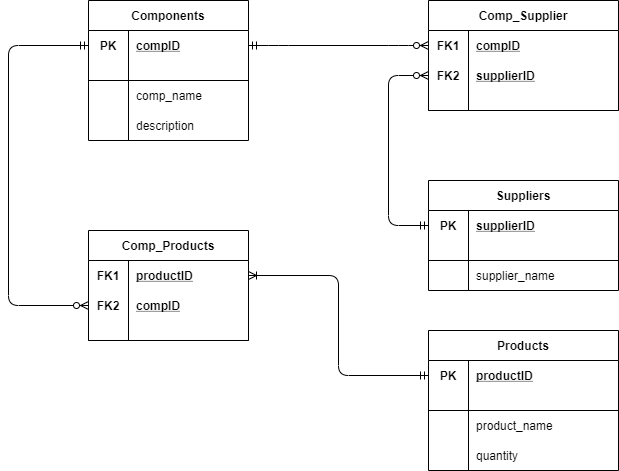
Before: Manifacturer/Manufacturer Data Model.png, a diagram exported from draw.io (fidanfatih/Mid_Scale_Projects). Source tidied: cells renumbered, new cells last; positions are measured from the earlier drawing's top-left corner, leaving out a move shared by most shapes. Its diagram source:
```xml
<mxGraphModel>
  <root>
    <mxCell id="0" />
    <mxCell id="1" parent="0" />
    <mxCell id="2" value="Suppliers" style="shape=table;startSize=30;rowLines=0;fontStyle=1;align=center;" parent="1" vertex="1">
      <mxGeometry x="420" y="180" width="190" height="110" as="geometry" />
    </mxCell>
    <mxCell id="3" style="shape=partialRectangle;fillColor=none;top=0;left=0;bottom=0;right=0;points=[[0,0.5],[1,0.5]];portConstraint=eastwest;" parent="2" vertex="1">
      <mxGeometry y="30" width="190" height="30" as="geometry" />
    </mxCell>
    <mxCell id="4" value="PK" style="shape=partialRectangle;fillColor=none;top=0;left=0;bottom=0;right=0;fontStyle=1;overflow=hidden;" parent="3" vertex="1">
      <mxGeometry width="40" height="30" as="geometry" />
    </mxCell>
    <mxCell id="5" value="supplierID" style="shape=partialRectangle;fillColor=none;top=0;left=0;bottom=0;right=0;align=left;spacingLeft=6;fontStyle=5;overflow=hidden;" parent="3" vertex="1">
      <mxGeometry x="40" width="150" height="30" as="geometry" />
    </mxCell>
    <mxCell id="6" style="shape=partialRectangle;fillColor=none;top=0;left=0;bottom=1;right=0;" parent="2" vertex="1">
      <mxGeometry y="60" width="190" height="20" as="geometry" />
    </mxCell>
    <mxCell id="7" style="shape=partialRectangle;fillColor=none;top=0;left=0;bottom=0;right=0;" parent="2" vertex="1">
      <mxGeometry y="80" width="190" height="30" as="geometry" />
    </mxCell>
    <mxCell id="8" style="shape=partialRectangle;fillColor=none;top=0;left=0;bottom=0;right=0;overflow=hidden;" parent="7" vertex="1">
      <mxGeometry width="40" height="30" as="geometry" />
    </mxCell>
    <mxCell id="9" value="supplier_name" style="shape=partialRectangle;fillColor=none;top=0;left=0;bottom=0;right=0;align=left;spacingLeft=6;overflow=hidden;" parent="7" vertex="1">
      <mxGeometry x="40" width="150" height="30" as="geometry" />
    </mxCell>
    <mxCell id="10" value="Products" style="shape=table;startSize=30;rowLines=0;fontStyle=1;align=center;" parent="1" vertex="1">
      <mxGeometry x="420" y="330" width="190" height="140" as="geometry" />
    </mxCell>
    <mxCell id="11" style="shape=partialRectangle;fillColor=none;top=0;left=0;bottom=0;right=0;points=[[0,0.5],[1,0.5]];portConstraint=eastwest;" parent="10" vertex="1">
      <mxGeometry y="30" width="190" height="30" as="geometry" />
    </mxCell>
    <mxCell id="12" value="PK" style="shape=partialRectangle;fillColor=none;top=0;left=0;bottom=0;right=0;fontStyle=1;overflow=hidden;" parent="11" vertex="1">
      <mxGeometry width="40" height="30" as="geometry" />
    </mxCell>
    <mxCell id="13" value="productID" style="shape=partialRectangle;fillColor=none;top=0;left=0;bottom=0;right=0;align=left;spacingLeft=6;fontStyle=5;overflow=hidden;" parent="11" vertex="1">
      <mxGeometry x="40" width="150" height="30" as="geometry" />
    </mxCell>
    <mxCell id="14" style="shape=partialRectangle;fillColor=none;top=0;left=0;bottom=1;right=0;" parent="10" vertex="1">
      <mxGeometry y="60" width="190" height="20" as="geometry" />
    </mxCell>
    <mxCell id="15" style="shape=partialRectangle;fillColor=none;top=0;left=0;bottom=0;right=0;" parent="10" vertex="1">
      <mxGeometry y="80" width="190" height="30" as="geometry" />
    </mxCell>
    <mxCell id="16" style="shape=partialRectangle;fillColor=none;top=0;left=0;bottom=0;right=0;overflow=hidden;" parent="15" vertex="1">
      <mxGeometry width="40" height="30" as="geometry" />
    </mxCell>
    <mxCell id="17" value="product_name" style="shape=partialRectangle;fillColor=none;top=0;left=0;bottom=0;right=0;align=left;spacingLeft=6;overflow=hidden;" parent="15" vertex="1">
      <mxGeometry x="40" width="150" height="30" as="geometry" />
    </mxCell>
    <mxCell id="18" style="shape=partialRectangle;fillColor=none;top=0;left=0;bottom=0;right=0;" parent="10" vertex="1">
      <mxGeometry y="110" width="190" height="30" as="geometry" />
    </mxCell>
    <mxCell id="19" style="shape=partialRectangle;fillColor=none;top=0;left=0;bottom=0;right=0;overflow=hidden;" parent="18" vertex="1">
      <mxGeometry width="40" height="30" as="geometry" />
    </mxCell>
    <mxCell id="20" value="quantity" style="shape=partialRectangle;fillColor=none;top=0;left=0;bottom=0;right=0;align=left;spacingLeft=6;overflow=hidden;" parent="18" vertex="1">
      <mxGeometry x="40" width="150" height="30" as="geometry" />
    </mxCell>
    <mxCell id="21" value="Comp_Supplier" style="shape=table;startSize=30;rowLines=0;fontStyle=1;align=center;" parent="1" vertex="1">
      <mxGeometry x="420" width="190" height="110" as="geometry" />
    </mxCell>
    <mxCell id="22" style="shape=partialRectangle;fillColor=none;top=0;left=0;bottom=0;right=0;points=[[0,0.5],[1,0.5]];portConstraint=eastwest;" parent="21" vertex="1">
      <mxGeometry y="30" width="190" height="30" as="geometry" />
    </mxCell>
    <mxCell id="23" value="FK1" style="shape=partialRectangle;fillColor=none;top=0;left=0;bottom=0;right=0;fontStyle=1;overflow=hidden;" parent="22" vertex="1">
      <mxGeometry width="40" height="30" as="geometry" />
    </mxCell>
    <mxCell id="24" value="compID" style="shape=partialRectangle;fillColor=none;top=0;left=0;bottom=0;right=0;align=left;spacingLeft=6;fontStyle=5;overflow=hidden;" parent="22" vertex="1">
      <mxGeometry x="40" width="150" height="30" as="geometry" />
    </mxCell>
    <mxCell id="25" style="shape=partialRectangle;fillColor=none;top=0;left=0;bottom=0;right=0;points=[[0,0.5],[1,0.5]];portConstraint=eastwest;" parent="21" vertex="1">
      <mxGeometry y="60" width="190" height="30" as="geometry" />
    </mxCell>
    <mxCell id="26" value="FK2" style="shape=partialRectangle;fillColor=none;top=0;left=0;bottom=0;right=0;fontStyle=1;overflow=hidden;" parent="25" vertex="1">
      <mxGeometry width="40" height="30" as="geometry" />
    </mxCell>
    <mxCell id="27" value="supplierID" style="shape=partialRectangle;fillColor=none;top=0;left=0;bottom=0;right=0;align=left;spacingLeft=6;fontStyle=5;overflow=hidden;" parent="25" vertex="1">
      <mxGeometry x="40" width="150" height="30" as="geometry" />
    </mxCell>
    <mxCell id="28" style="shape=partialRectangle;fillColor=none;top=0;left=0;bottom=1;right=0;" parent="21" vertex="1">
      <mxGeometry y="90" width="190" height="20" as="geometry" />
    </mxCell>
    <mxCell id="29" style="edgeStyle=entityRelationEdgeStyle;fontSize=12;html=1;endArrow=ERzeroToMany;startArrow=ERmandOne;entryX=0;entryY=0.5;entryDx=0;entryDy=0;exitX=1;exitY=0.5;exitDx=0;exitDy=0;" parent="1" edge="1" source="32" target="22">
      <mxGeometry relative="1" as="geometry" />
    </mxCell>
    <mxCell id="30" style="edgeStyle=elbowEdgeStyle;fontSize=12;html=1;endArrow=ERzeroToMany;startArrow=ERmandOne;entryX=0;entryY=0.5;entryDx=0;entryDy=0;exitX=0;exitY=0.5;exitDx=0;exitDy=0;" parent="1" edge="1" source="3" target="25">
      <mxGeometry relative="1" as="geometry">
        <Array as="points">
          <mxPoint x="380" y="140" />
        </Array>
      </mxGeometry>
    </mxCell>
    <mxCell id="31" value="Components" style="shape=table;startSize=30;rowLines=0;fontStyle=1;align=center;" parent="1" vertex="1">
      <mxGeometry x="80" width="160" height="140" as="geometry" />
    </mxCell>
    <mxCell id="32" style="shape=partialRectangle;fillColor=none;top=0;left=0;bottom=0;right=0;points=[[0,0.5],[1,0.5]];portConstraint=eastwest;" parent="31" vertex="1">
      <mxGeometry y="30" width="160" height="30" as="geometry" />
    </mxCell>
    <mxCell id="33" value="PK" style="shape=partialRectangle;fillColor=none;top=0;left=0;bottom=0;right=0;fontStyle=1;overflow=hidden;" parent="32" vertex="1">
      <mxGeometry width="40" height="30" as="geometry" />
    </mxCell>
    <mxCell id="34" value="compID" style="shape=partialRectangle;fillColor=none;top=0;left=0;bottom=0;right=0;align=left;spacingLeft=6;fontStyle=5;overflow=hidden;" parent="32" vertex="1">
      <mxGeometry x="40" width="120" height="30" as="geometry" />
    </mxCell>
    <mxCell id="35" style="shape=partialRectangle;fillColor=none;top=0;left=0;bottom=1;right=0;" parent="31" vertex="1">
      <mxGeometry y="60" width="160" height="20" as="geometry" />
    </mxCell>
    <mxCell id="36" style="shape=partialRectangle;fillColor=none;top=0;left=0;bottom=0;right=0;" parent="31" vertex="1">
      <mxGeometry y="80" width="160" height="30" as="geometry" />
    </mxCell>
    <mxCell id="37" style="shape=partialRectangle;fillColor=none;top=0;left=0;bottom=0;right=0;overflow=hidden;" parent="36" vertex="1">
      <mxGeometry width="40" height="30" as="geometry" />
    </mxCell>
    <mxCell id="38" value="comp_name" style="shape=partialRectangle;fillColor=none;top=0;left=0;bottom=0;right=0;align=left;spacingLeft=6;overflow=hidden;" parent="36" vertex="1">
      <mxGeometry x="40" width="120" height="30" as="geometry" />
    </mxCell>
    <mxCell id="39" style="shape=partialRectangle;fillColor=none;top=0;left=0;bottom=0;right=0;" parent="31" vertex="1">
      <mxGeometry y="110" width="160" height="30" as="geometry" />
    </mxCell>
    <mxCell id="40" style="shape=partialRectangle;fillColor=none;top=0;left=0;bottom=0;right=0;overflow=hidden;" parent="39" vertex="1">
      <mxGeometry width="40" height="30" as="geometry" />
    </mxCell>
    <mxCell id="41" value="description" style="shape=partialRectangle;fillColor=none;top=0;left=0;bottom=0;right=0;align=left;spacingLeft=6;overflow=hidden;" parent="39" vertex="1">
      <mxGeometry x="40" width="120" height="30" as="geometry" />
    </mxCell>
    <mxCell id="42" value="Comp_Products" style="shape=table;startSize=30;rowLines=0;fontStyle=1;align=center;" parent="1" vertex="1">
      <mxGeometry x="80" y="230" width="160" height="110" as="geometry" />
    </mxCell>
    <mxCell id="43" style="shape=partialRectangle;fillColor=none;top=0;left=0;bottom=0;right=0;points=[[0,0.5],[1,0.5]];portConstraint=eastwest;" parent="42" vertex="1">
      <mxGeometry y="30" width="160" height="30" as="geometry" />
    </mxCell>
    <mxCell id="44" value="FK1" style="shape=partialRectangle;fillColor=none;top=0;left=0;bottom=0;right=0;fontStyle=1;overflow=hidden;" parent="43" vertex="1">
      <mxGeometry width="40" height="30" as="geometry" />
    </mxCell>
    <mxCell id="45" value="productID" style="shape=partialRectangle;fillColor=none;top=0;left=0;bottom=0;right=0;align=left;spacingLeft=6;fontStyle=5;overflow=hidden;" parent="43" vertex="1">
      <mxGeometry x="40" width="120" height="30" as="geometry" />
    </mxCell>
    <mxCell id="46" style="shape=partialRectangle;fillColor=none;top=0;left=0;bottom=0;right=0;points=[[0,0.5],[1,0.5]];portConstraint=eastwest;" parent="42" vertex="1">
      <mxGeometry y="60" width="160" height="30" as="geometry" />
    </mxCell>
    <mxCell id="47" value="FK2" style="shape=partialRectangle;fillColor=none;top=0;left=0;bottom=0;right=0;fontStyle=1;overflow=hidden;" parent="46" vertex="1">
      <mxGeometry width="40" height="30" as="geometry" />
    </mxCell>
    <mxCell id="48" value="compID" style="shape=partialRectangle;fillColor=none;top=0;left=0;bottom=0;right=0;align=left;spacingLeft=6;fontStyle=5;overflow=hidden;" parent="46" vertex="1">
      <mxGeometry x="40" width="120" height="30" as="geometry" />
    </mxCell>
    <mxCell id="49" style="shape=partialRectangle;fillColor=none;top=0;left=0;bottom=1;right=0;" parent="42" vertex="1">
      <mxGeometry y="90" width="160" height="20" as="geometry" />
    </mxCell>
    <mxCell id="50" style="edgeStyle=elbowEdgeStyle;fontSize=12;html=1;endArrow=ERzeroToMany;startArrow=ERmandOne;entryX=0;entryY=0.5;entryDx=0;entryDy=0;exitX=0;exitY=0.5;exitDx=0;exitDy=0;" parent="1" edge="1" source="32" target="46">
      <mxGeometry relative="1" as="geometry">
        <Array as="points">
          <mxPoint y="175" />
        </Array>
      </mxGeometry>
    </mxCell>
    <mxCell id="51" style="edgeStyle=elbowEdgeStyle;fontSize=12;html=1;endArrow=ERoneToMany;startArrow=ERmandOne;exitX=0;exitY=0.5;exitDx=0;exitDy=0;" parent="1" edge="1" source="11" target="43">
      <mxGeometry relative="1" as="geometry" />
    </mxCell>
  </root>
</mxGraphModel>
```
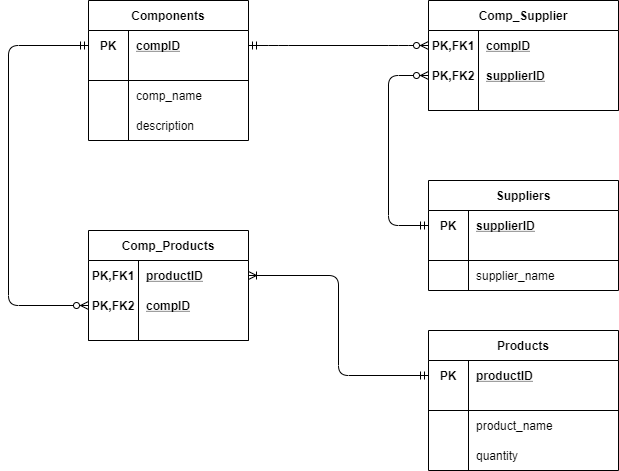
Later version of the same file.

Diff of the diagram source:
```diff
@@ -65,20 +65,20 @@
     <mxCell id="22" style="shape=partialRectangle;fillColor=none;top=0;left=0;bottom=0;right=0;points=[[0,0.5],[1,0.5]];portConstraint=eastwest;" parent="21" vertex="1">
       <mxGeometry y="30" width="190" height="30" as="geometry" />
     </mxCell>
-    <mxCell id="23" value="FK1" style="shape=partialRectangle;fillColor=none;top=0;left=0;bottom=0;right=0;fontStyle=1;overflow=hidden;" parent="22" vertex="1">
-      <mxGeometry width="40" height="30" as="geometry" />
+    <mxCell id="23" value="PK,FK1" style="shape=partialRectangle;fillColor=none;top=0;left=0;bottom=0;right=0;fontStyle=1;overflow=hidden;" parent="22" vertex="1">
+      <mxGeometry width="50" height="30" as="geometry" />
     </mxCell>
     <mxCell id="24" value="compID" style="shape=partialRectangle;fillColor=none;top=0;left=0;bottom=0;right=0;align=left;spacingLeft=6;fontStyle=5;overflow=hidden;" parent="22" vertex="1">
-      <mxGeometry x="40" width="150" height="30" as="geometry" />
+      <mxGeometry x="50" width="140" height="30" as="geometry" />
     </mxCell>
     <mxCell id="25" style="shape=partialRectangle;fillColor=none;top=0;left=0;bottom=0;right=0;points=[[0,0.5],[1,0.5]];portConstraint=eastwest;" parent="21" vertex="1">
       <mxGeometry y="60" width="190" height="30" as="geometry" />
     </mxCell>
-    <mxCell id="26" value="FK2" style="shape=partialRectangle;fillColor=none;top=0;left=0;bottom=0;right=0;fontStyle=1;overflow=hidden;" parent="25" vertex="1">
-      <mxGeometry width="40" height="30" as="geometry" />
+    <mxCell id="26" value="PK,FK2" style="shape=partialRectangle;fillColor=none;top=0;left=0;bottom=0;right=0;fontStyle=1;overflow=hidden;" parent="25" vertex="1">
+      <mxGeometry width="50" height="30" as="geometry" />
     </mxCell>
     <mxCell id="27" value="supplierID" style="shape=partialRectangle;fillColor=none;top=0;left=0;bottom=0;right=0;align=left;spacingLeft=6;fontStyle=5;overflow=hidden;" parent="25" vertex="1">
-      <mxGeometry x="40" width="150" height="30" as="geometry" />
+      <mxGeometry x="50" width="140" height="30" as="geometry" />
     </mxCell>
     <mxCell id="28" style="shape=partialRectangle;fillColor=none;top=0;left=0;bottom=1;right=0;" parent="21" vertex="1">
       <mxGeometry y="90" width="190" height="20" as="geometry" />
@@ -132,20 +132,20 @@
     <mxCell id="43" style="shape=partialRectangle;fillColor=none;top=0;left=0;bottom=0;right=0;points=[[0,0.5],[1,0.5]];portConstraint=eastwest;" parent="42" vertex="1">
       <mxGeometry y="30" width="160" height="30" as="geometry" />
     </mxCell>
-    <mxCell id="44" value="FK1" style="shape=partialRectangle;fillColor=none;top=0;left=0;bottom=0;right=0;fontStyle=1;overflow=hidden;" parent="43" vertex="1">
-      <mxGeometry width="40" height="30" as="geometry" />
+    <mxCell id="44" value="PK,FK1" style="shape=partialRectangle;fillColor=none;top=0;left=0;bottom=0;right=0;fontStyle=1;overflow=hidden;" parent="43" vertex="1">
+      <mxGeometry width="50" height="30" as="geometry" />
     </mxCell>
     <mxCell id="45" value="productID" style="shape=partialRectangle;fillColor=none;top=0;left=0;bottom=0;right=0;align=left;spacingLeft=6;fontStyle=5;overflow=hidden;" parent="43" vertex="1">
-      <mxGeometry x="40" width="120" height="30" as="geometry" />
+      <mxGeometry x="50" width="110" height="30" as="geometry" />
     </mxCell>
     <mxCell id="46" style="shape=partialRectangle;fillColor=none;top=0;left=0;bottom=0;right=0;points=[[0,0.5],[1,0.5]];portConstraint=eastwest;" parent="42" vertex="1">
       <mxGeometry y="60" width="160" height="30" as="geometry" />
     </mxCell>
-    <mxCell id="47" value="FK2" style="shape=partialRectangle;fillColor=none;top=0;left=0;bottom=0;right=0;fontStyle=1;overflow=hidden;" parent="46" vertex="1">
-      <mxGeometry width="40" height="30" as="geometry" />
+    <mxCell id="47" value="PK,FK2" style="shape=partialRectangle;fillColor=none;top=0;left=0;bottom=0;right=0;fontStyle=1;overflow=hidden;" parent="46" vertex="1">
+      <mxGeometry width="50" height="30" as="geometry" />
     </mxCell>
     <mxCell id="48" value="compID" style="shape=partialRectangle;fillColor=none;top=0;left=0;bottom=0;right=0;align=left;spacingLeft=6;fontStyle=5;overflow=hidden;" parent="46" vertex="1">
-      <mxGeometry x="40" width="120" height="30" as="geometry" />
+      <mxGeometry x="50" width="110" height="30" as="geometry" />
     </mxCell>
     <mxCell id="49" style="shape=partialRectangle;fillColor=none;top=0;left=0;bottom=1;right=0;" parent="42" vertex="1">
       <mxGeometry y="90" width="160" height="20" as="geometry" />
```
